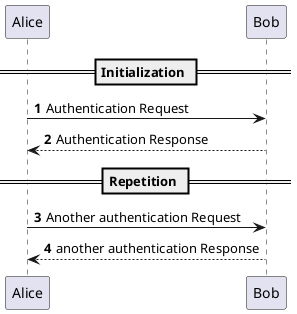
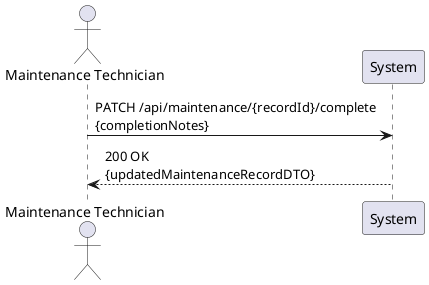
-   @startuml
- 'https://plantuml.com/sequence-diagram
+ @startuml SSD_US119_UpdateMaintenanceRecord

- autonumber
+ actor "Maintenance Technician" as TECH
+ participant "System" as SYS

- == Initialization ==
+ TECH -> SYS : PATCH /api/maintenance/{recordId}/complete\n{completionNotes}
+ SYS --> TECH : 200 OK\n{updatedMaintenanceRecordDTO}

- Alice -> Bob: Authentication Request
- Bob --> Alice: Authentication Response
- 
- == Repetition ==
- 
- Alice -> Bob: Another authentication Request
- Alice <-- Bob: another authentication Response
- @enduml+ @enduml
